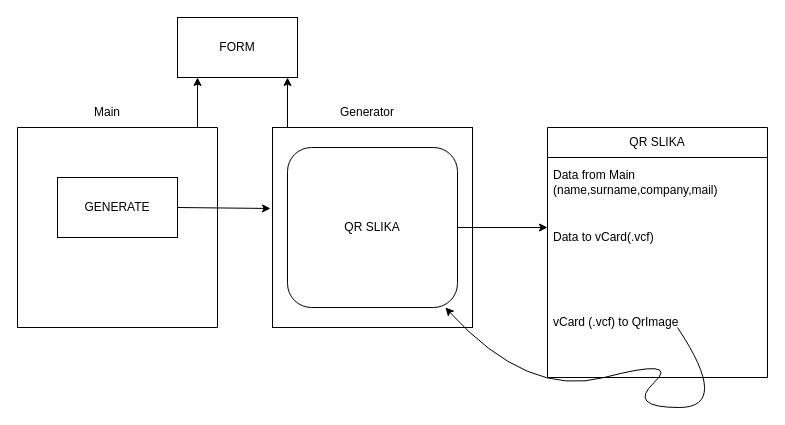
FilipB20/QR-Generator keeps this draw.io diagram as Untitled Diagram.drawio. Above is the earlier version. Source tidied: cells renumbered, new cells numbered last; positions are measured from the earlier drawing's top-left corner, leaving out a move shared by most shapes. Both pictures are drawn from the tidied source at 100%, with x=0, y=0 at pixel (17, 17).
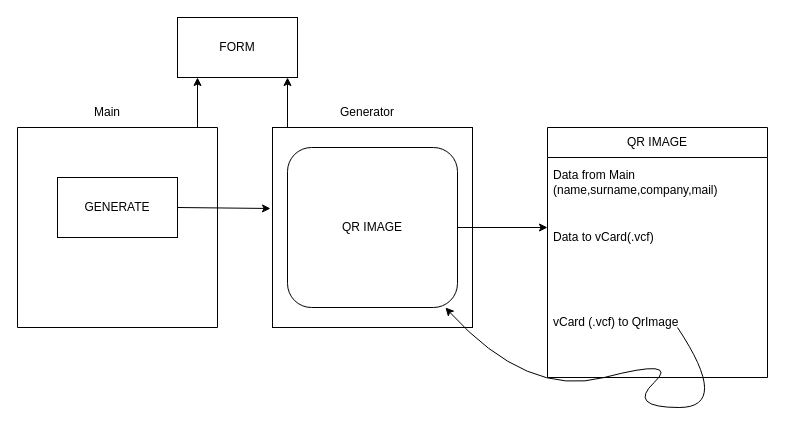
The same page after the edit.

Change to the diagram source:
```diff
@@
-    <mxCell id="12" value="QR SLIKA" style="rounded=1;whiteSpace=wrap;html=1;" parent="1" vertex="1">
+    <mxCell id="12" value="QR IMAGE" style="rounded=1;whiteSpace=wrap;html=1;" parent="1" vertex="1">
       <mxGeometry x="270" y="130" width="170" height="160" as="geometry" />
     </mxCell>
@@
-    <mxCell id="14" value="QR SLIKA" style="swimlane;fontStyle=0;horizontal=1;startSize=30;whiteSpace=wrap;html=1;" parent="1" vertex="1">
+    <mxCell id="14" value="QR IMAGE" style="swimlane;fontStyle=0;horizontal=1;startSize=30;whiteSpace=wrap;html=1;" parent="1" vertex="1">
       <mxGeometry x="530" y="110" width="220" height="250" as="geometry" />
     </mxCell>
```
